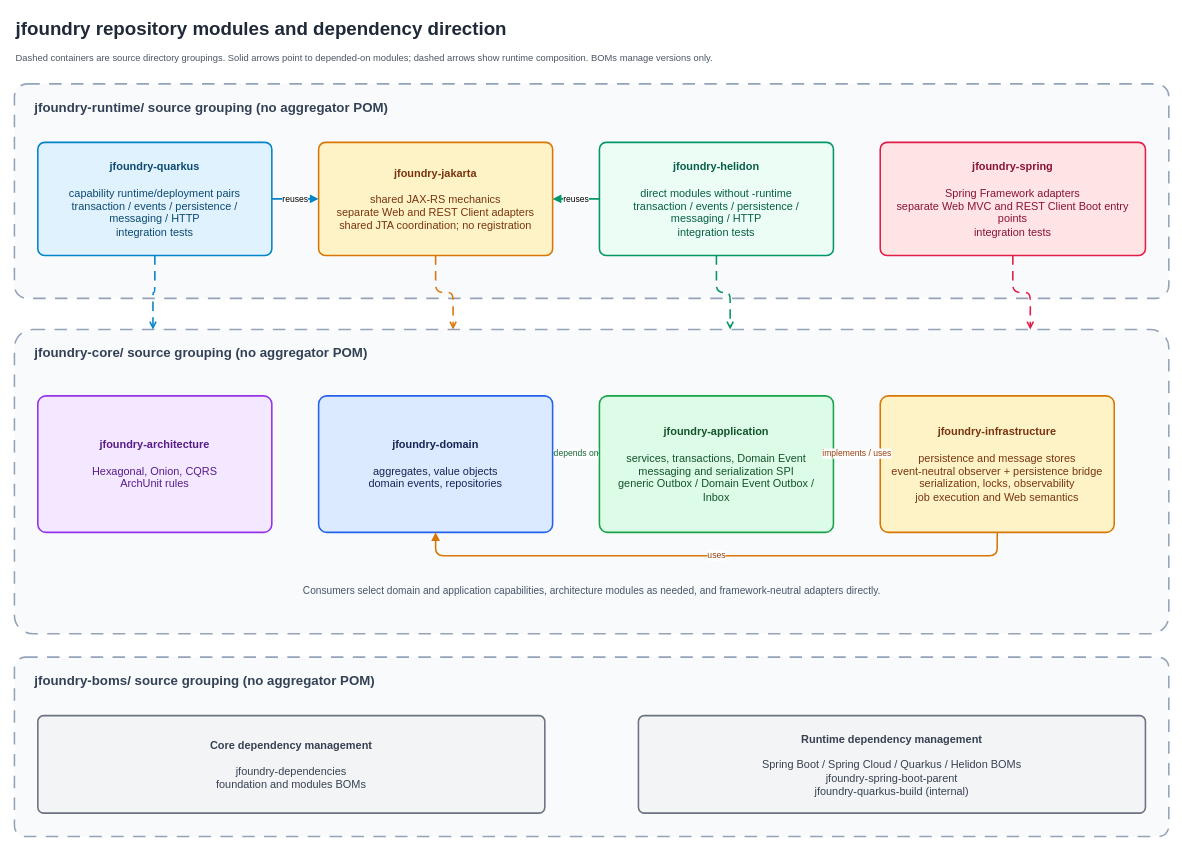
Earlier version of the draw.io diagram docs/i18n/assets/jfoundry-module-architecture.drawio (huahill/jfoundry). Source tidied: cells renumbered, new cells numbered last; positions are measured from the earlier drawing's top-left corner, leaving out a move shared by most shapes. Both pictures are drawn from the tidied source at 78%, with x=0, y=0 at pixel (14, 13).
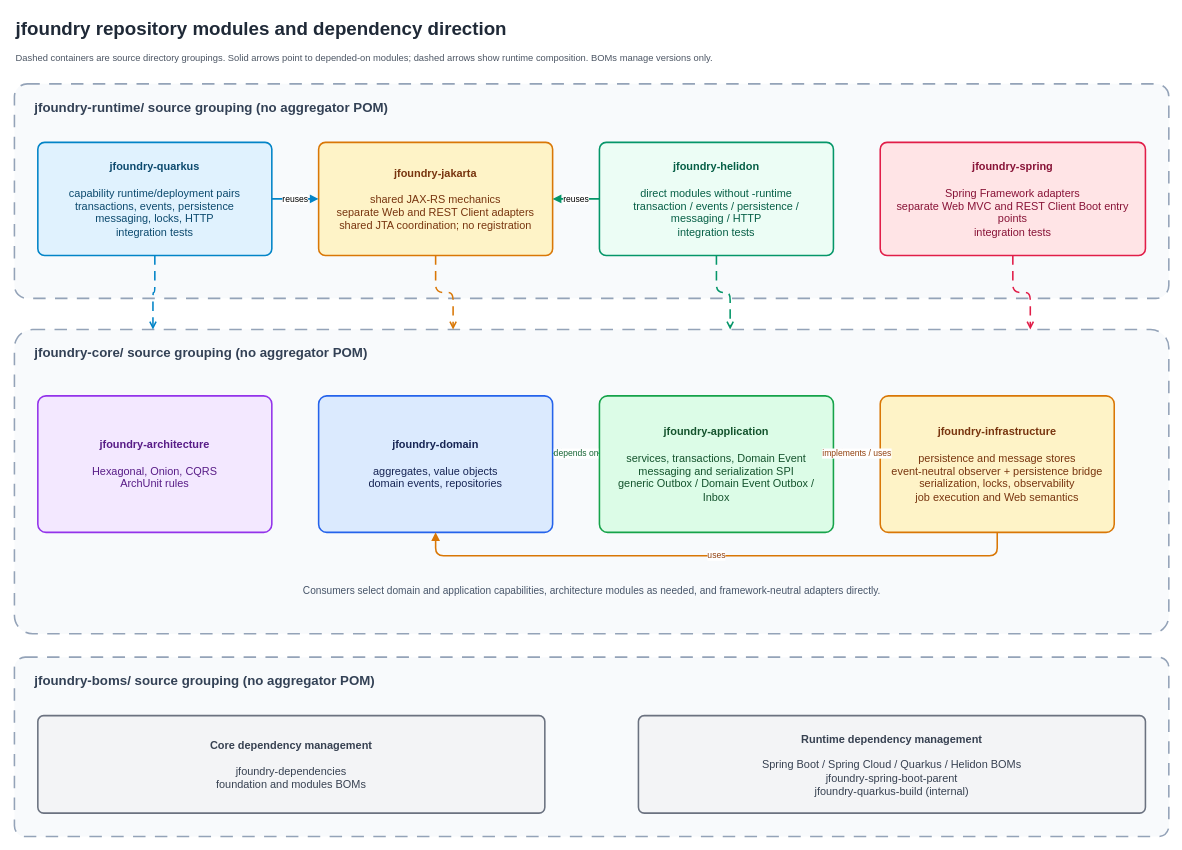
The same diagram, later.

What changed in the source:
```diff
@@
-    <mxCell id="5" value="&lt;b&gt;jfoundry-quarkus&lt;/b&gt;&lt;br&gt;&lt;br&gt;capability runtime/deployment pairs&lt;br&gt;transaction / events / persistence / messaging / HTTP&lt;br&gt;integration tests" style="rounded=1;arcSize=6;whiteSpace=wrap;html=1;fillColor=#E0F2FE;strokeColor=#0284C7;strokeWidth=2;fontColor=#0C4A6E;fontSize=14;align=center;verticalAlign=middle;spacing=10;" parent="1" vertex="1">
+    <mxCell id="5" value="&lt;b&gt;jfoundry-quarkus&lt;/b&gt;&lt;br&gt;&lt;br&gt;capability runtime/deployment pairs&lt;br&gt;transactions, events, persistence&lt;br&gt;messaging, locks, HTTP&lt;br&gt;integration tests" style="rounded=1;arcSize=6;whiteSpace=wrap;html=1;fillColor=#E0F2FE;strokeColor=#0284C7;strokeWidth=2;fontColor=#0C4A6E;fontSize=14;align=center;verticalAlign=middle;spacing=10;" parent="1" vertex="1">
       <mxGeometry x="30" y="165" width="300" height="145" as="geometry" />
     </mxCell>
```
